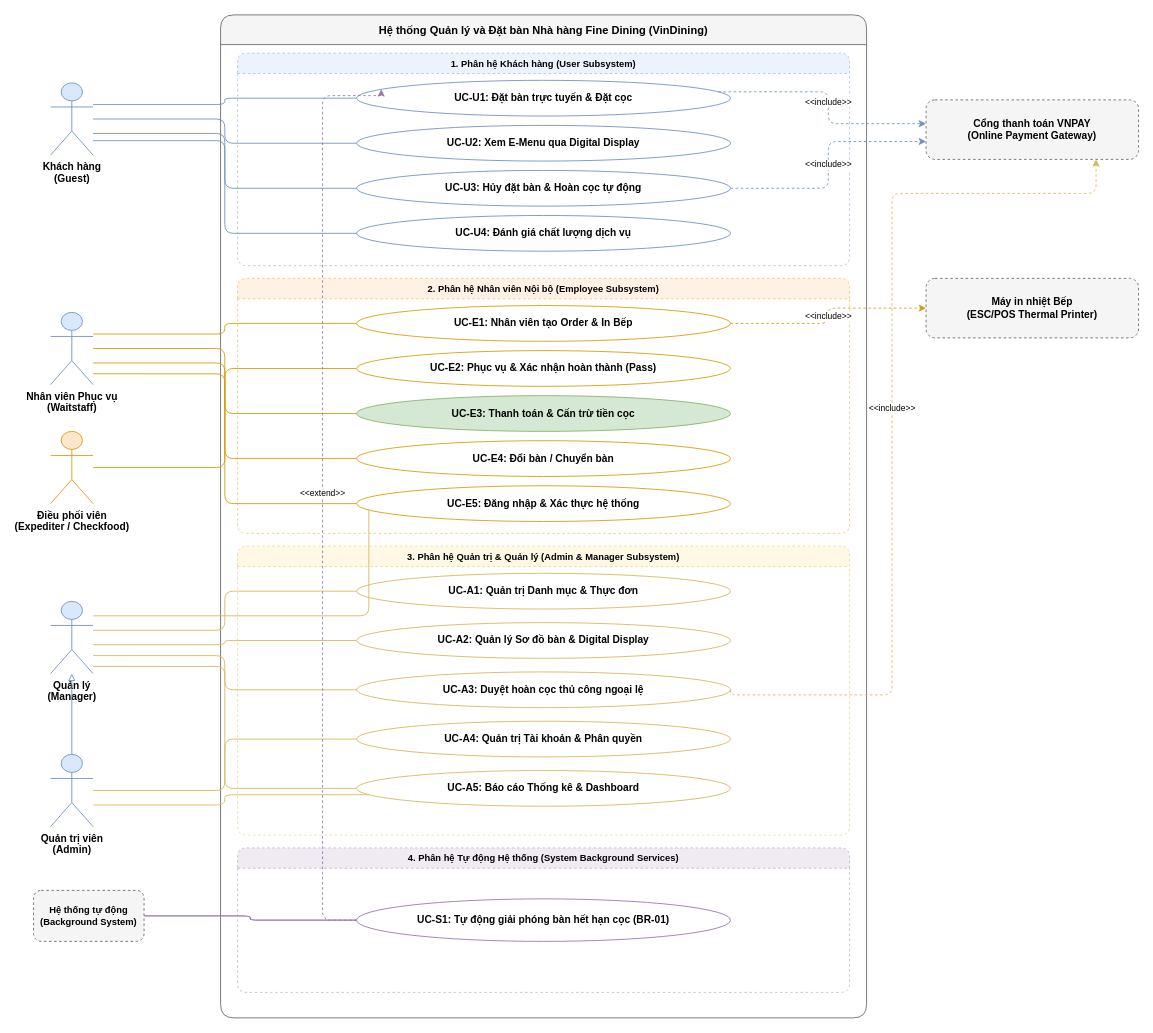
This is docs/phase1/drawio/use_case_overall.drawio from AndrewQng/VinDining, a draw.io file, before an edit. Source tidied: cells renumbered, new cells numbered last; positions are measured from the earlier drawing's top-left corner, leaving out a move shared by most shapes. Both pictures are drawn from the tidied source at 85%, with x=0, y=0 at pixel (33, 14).
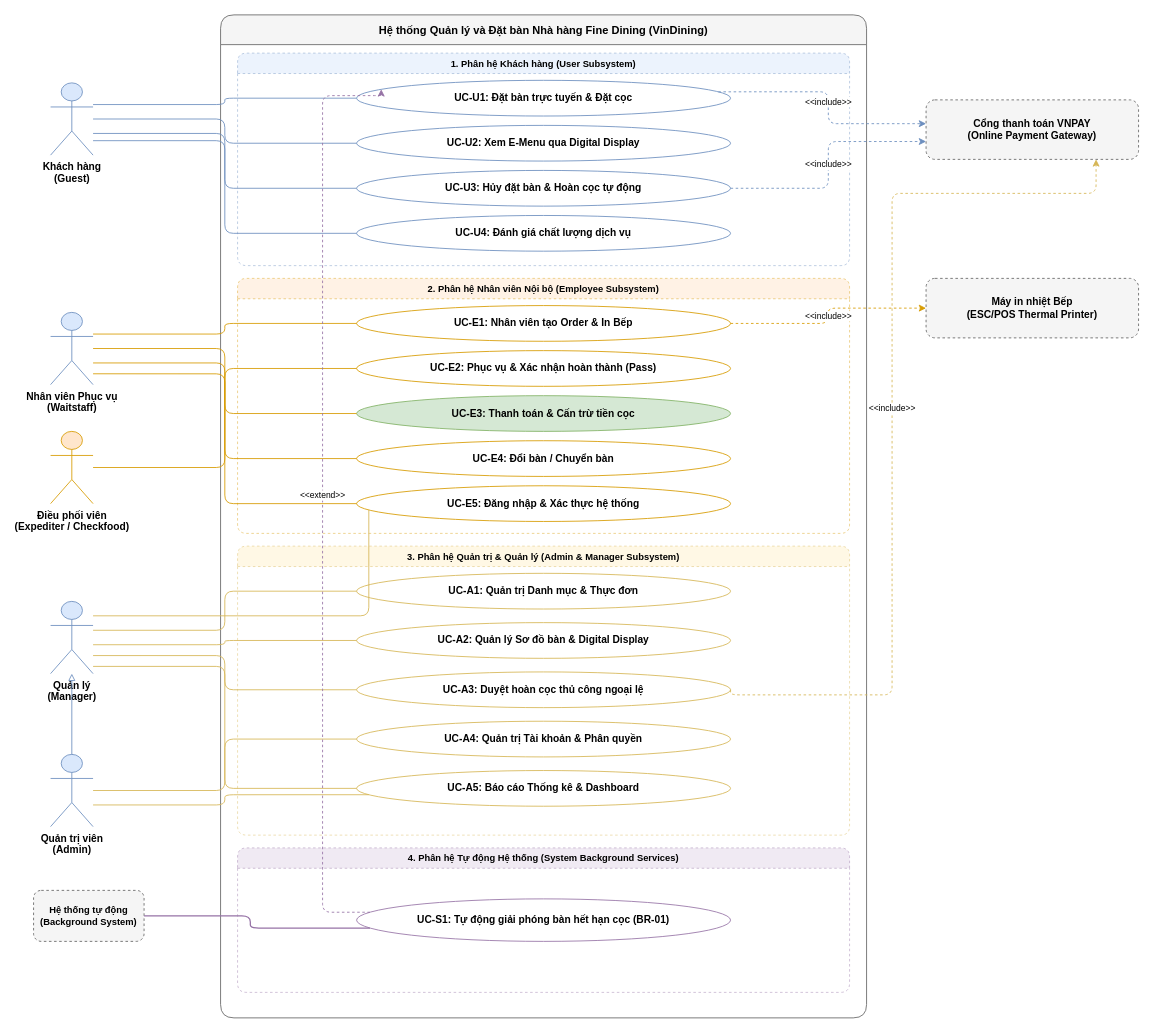
Above is the later version.

The change refers to these unchanged cells:
```xml
<mxCell id="7" value="Hệ thống tự động&#10;(Background System)" style="rounded=1;dashed=1;whiteSpace=wrap;html=1;fillColor=#f5f5f5;strokeColor=#666666;fontStyle=1;fontSize=11;" parent="1" vertex="1">
  <mxGeometry y="1030" width="130" height="60" as="geometry" />
</mxCell>
<mxCell id="12" value="UC-U1: Đặt bàn trực tuyến &amp; Đặt cọc" style="ellipse;whiteSpace=wrap;html=1;fillColor=#ffffff;strokeColor=#6c8ebf;fontSize=12;fontStyle=1;" parent="11" vertex="1">
  <mxGeometry x="140" y="32" width="440" height="42" as="geometry" />
</mxCell>
<mxCell id="29" value="UC-S1: Tự động giải phóng bàn hết hạn cọc (BR-01)" style="ellipse;whiteSpace=wrap;html=1;fillColor=#ffffff;strokeColor=#9673a6;fontSize=12;fontStyle=1;" parent="28" vertex="1">
  <mxGeometry x="140" y="60" width="440" height="50" as="geometry" />
</mxCell>
```

The edit, as a diff of the source:
```diff
@@
-    <mxCell id="47" style="edgeStyle=orthogonalEdgeStyle;rounded=1;strokeColor=#9673a6;strokeWidth=1.5;html=1;endArrow=none;exitX=1;exitY=0.5;entryX=0;entryY=0.5;" parent="1" edge="1" source="7" target="29">
+    <mxCell id="47" style="edgeStyle=orthogonalEdgeStyle;rounded=1;strokeColor=#9673a6;strokeWidth=1.5;html=1;endArrow=none;exitX=1;exitY=0.5;entryX=0;entryY=0.7;" parent="1" edge="1" source="7" target="29">
       <mxGeometry relative="1" as="geometry" />
     </mxCell>
@@
-    <mxCell id="52" value="&amp;lt;&amp;lt;extend&amp;gt;&amp;gt;" style="edgeStyle=orthogonalEdgeStyle;rounded=1;dashed=1;strokeColor=#9673a6;html=1;fontSize=10;exitX=0;exitY=0.5;entryX=0;entryY=0.2;" parent="1" edge="1" source="29" target="12">
+    <mxCell id="52" value="&amp;lt;&amp;lt;extend&amp;gt;&amp;gt;" style="edgeStyle=orthogonalEdgeStyle;rounded=1;dashed=1;strokeColor=#9673a6;html=1;fontSize=10;exitX=0;exitY=0.3;entryX=0;entryY=0.2;" parent="1" edge="1" source="29" target="12">
       <mxGeometry relative="1" as="geometry">
         <Array as="points">
-          <mxPoint x="340" y="1065" />
+          <mxPoint x="340" y="1055" />
           <mxPoint x="340" y="95" />
         </Array>
       </mxGeometry>
     </mxCell>
```
